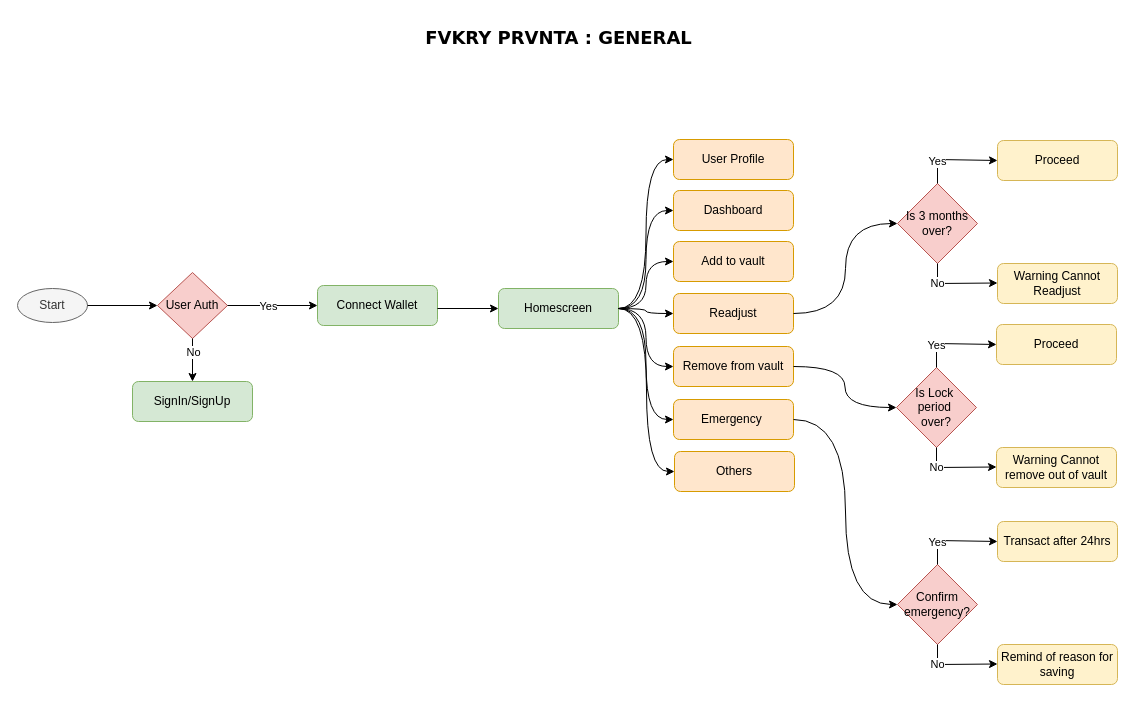
calebomondi/fvkry-prvnta keeps this draw.io diagram as diagrams/general.drawio. Above is the earlier version. Source tidied: cells renumbered, new cells numbered last; positions are measured from the earlier drawing's top-left corner, leaving out a move shared by most shapes. Both pictures are drawn from the tidied source at 100%, with x=0, y=0 at pixel (17, 17).
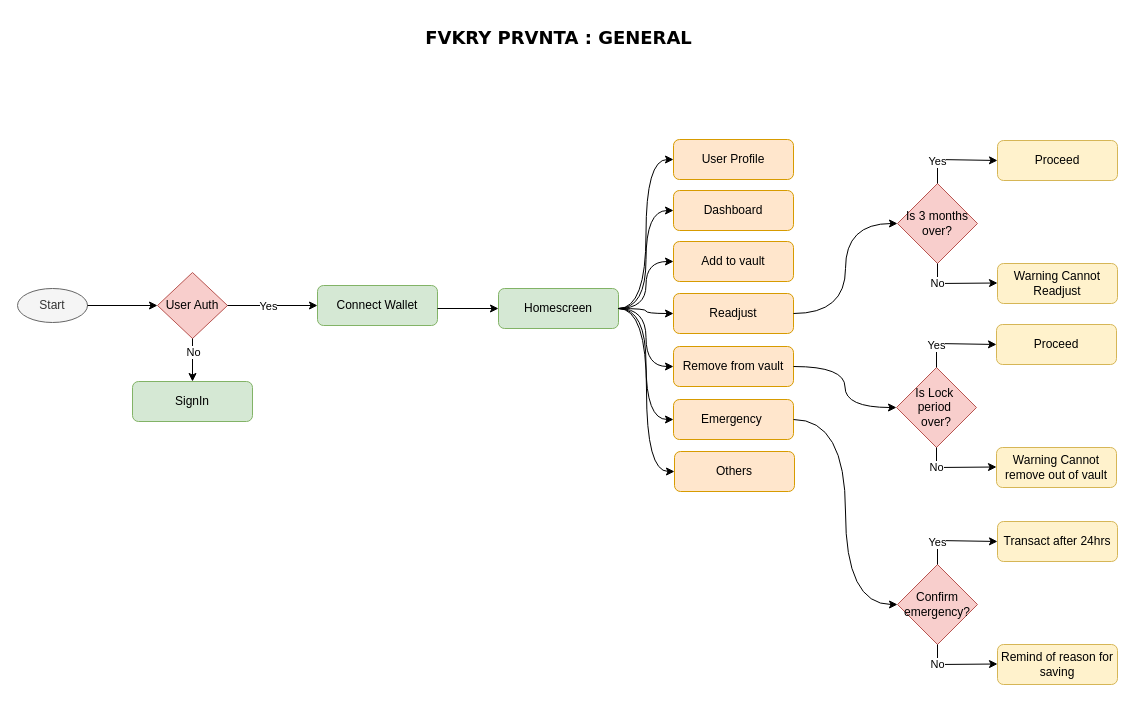
The same page after the edit.

Diff of the diagram source:
```diff
@@
-    <mxCell id="5" value="SignIn/SignUp" style="rounded=1;whiteSpace=wrap;html=1;fillColor=#d5e8d4;strokeColor=#82b366;" parent="1" vertex="1">
+    <mxCell id="5" value="SignIn" style="rounded=1;whiteSpace=wrap;html=1;fillColor=#d5e8d4;strokeColor=#82b366;" parent="1" vertex="1">
       <mxGeometry x="115" y="364" width="120" height="40" as="geometry" />
     </mxCell>
```
